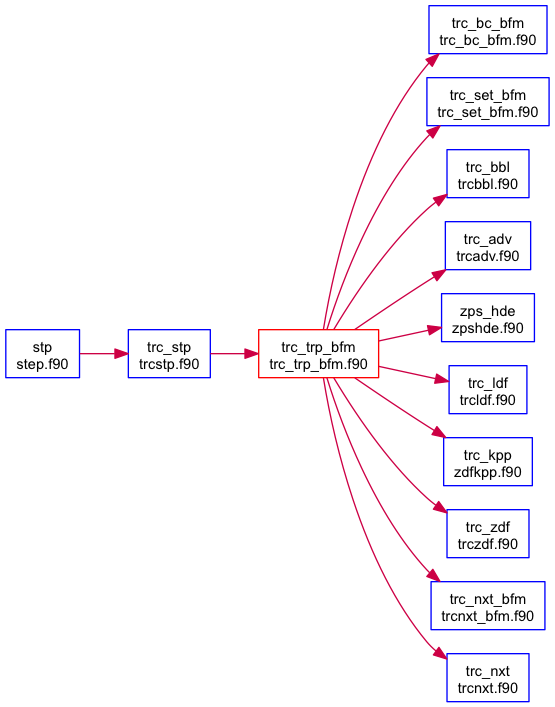
Earlier version of the Graphviz export doc/nemo/Figures/trc_trp_bfm.png (marco-zavatarelli/BFM17-56). Its source is kept beside it as doc/nemo/Figures/trc_trp_bfm.dot. Source of this version:
```dot
digraph "" {
  graph [fontname="ArialMT", rankdir="LR", fontsize="11", bgcolor="#EDF3FE", label=""];
  node [fontname="ArialMT", fillcolor="white", fontsize="11", style="filled", shape="box", label="", color="blue"];
  edge [fontname="ArialMT", fontsize="11", label="", color="#CC0044"];
  graph [bgcolor="white"];
  __N1 [label="trc_trp_bfm
trc_trp_bfm.f90", color="red"];
  __N4 [label="trc_bc_bfm
trc_bc_bfm.f90"];
  __N5 [label="trc_set_bfm
trc_set_bfm.f90"];
  __N6 [label="trc_bbl
trcbbl.f90"];
  __N7 [label="trc_adv
trcadv.f90"];
  __N8 [label="zps_hde
zpshde.f90"];
  __N9 [label="trc_ldf
trcldf.f90"];
  __N10 [label="trc_kpp
zdfkpp.f90"];
  __N11 [label="trc_zdf
trczdf.f90"];
  __N12 [label="trc_nxt_bfm
trcnxt_bfm.f90"];
  __N13 [label="trc_nxt
trcnxt.f90"];
  __N25 [label="trc_stp
trcstp.f90"];
  __N26 [label="stp
step.f90"];
  __N1 -> __N4;
  __N1 -> __N5;
  __N1 -> __N6;
  __N1 -> __N7;
  __N1 -> __N8;
  __N1 -> __N9;
  __N1 -> __N10;
  __N1 -> __N11;
  __N1 -> __N12;
  __N1 -> __N13;
  __N26 -> __N25;
  __N25 -> __N1;
}
```
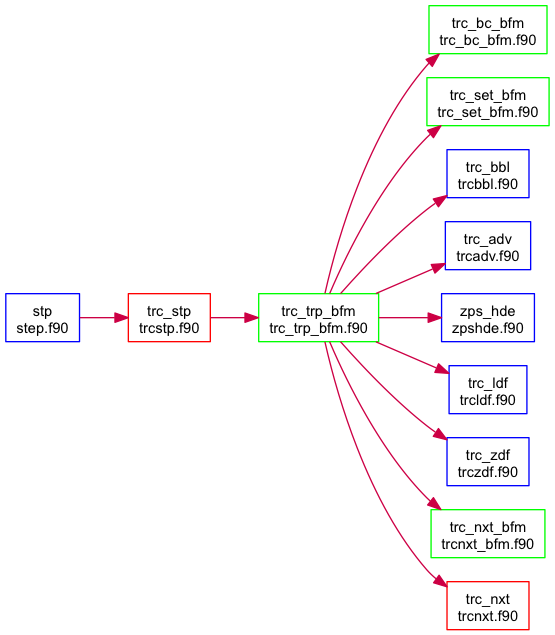
After the change.

Diff of the diagram source:
```diff
@@ -4,11 +4,11 @@
   edge [fontname="ArialMT", fontsize="11", label="", color="#CC0044"];
   graph [bgcolor="white"];
   __N1 [label="trc_trp_bfm
-trc_trp_bfm.f90", color="red"];
+trc_trp_bfm.f90", color="green"];
   __N4 [label="trc_bc_bfm
-trc_bc_bfm.f90"];
+trc_bc_bfm.f90", color="green"];
   __N5 [label="trc_set_bfm
-trc_set_bfm.f90"];
+trc_set_bfm.f90", color="green"];
   __N6 [label="trc_bbl
 trcbbl.f90"];
   __N7 [label="trc_adv
@@ -17,16 +17,14 @@
 zpshde.f90"];
   __N9 [label="trc_ldf
 trcldf.f90"];
-  __N10 [label="trc_kpp
-zdfkpp.f90"];
   __N11 [label="trc_zdf
 trczdf.f90"];
   __N12 [label="trc_nxt_bfm
-trcnxt_bfm.f90"];
+trcnxt_bfm.f90", color="green"];
   __N13 [label="trc_nxt
-trcnxt.f90"];
+trcnxt.f90", color="red"];
   __N25 [label="trc_stp
-trcstp.f90"];
+trcstp.f90", color="red"];
   __N26 [label="stp
 step.f90"];
   __N1 -> __N4;
@@ -35,7 +33,6 @@
   __N1 -> __N7;
   __N1 -> __N8;
   __N1 -> __N9;
-  __N1 -> __N10;
   __N1 -> __N11;
   __N1 -> __N12;
   __N1 -> __N13;
```
